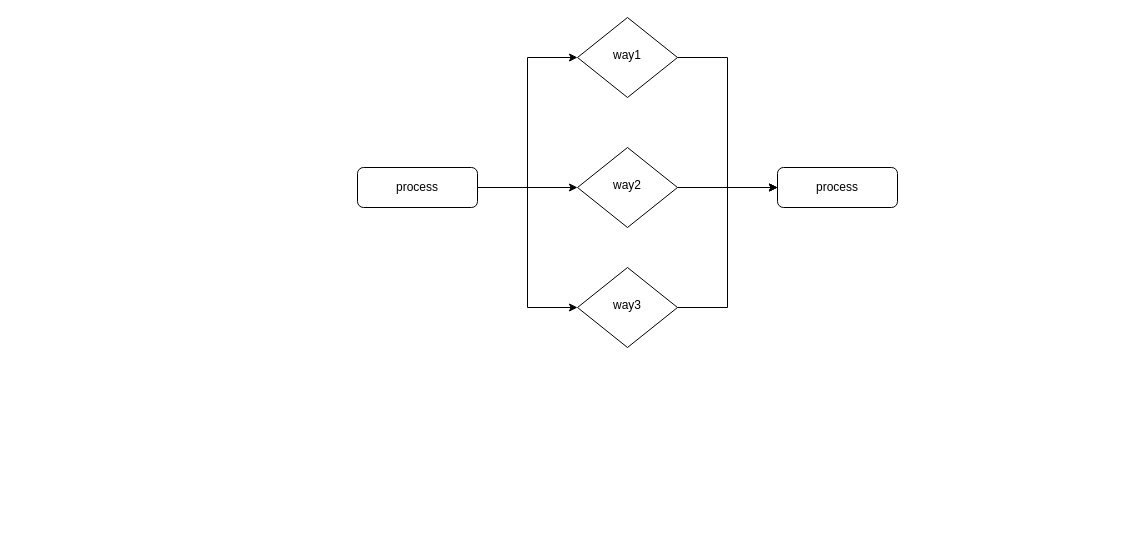
The draw.io diagram assets/img/design/strategy/strategy.drawio in kidsmile97/kidsmile97.github.io, before the edit. Source tidied: cells renumbered, new cells numbered last; positions are measured from the earlier drawing's top-left corner, leaving out a move shared by most shapes. Both pictures are drawn from the tidied source at 100%, with x=0, y=0 at pixel (357, 17).
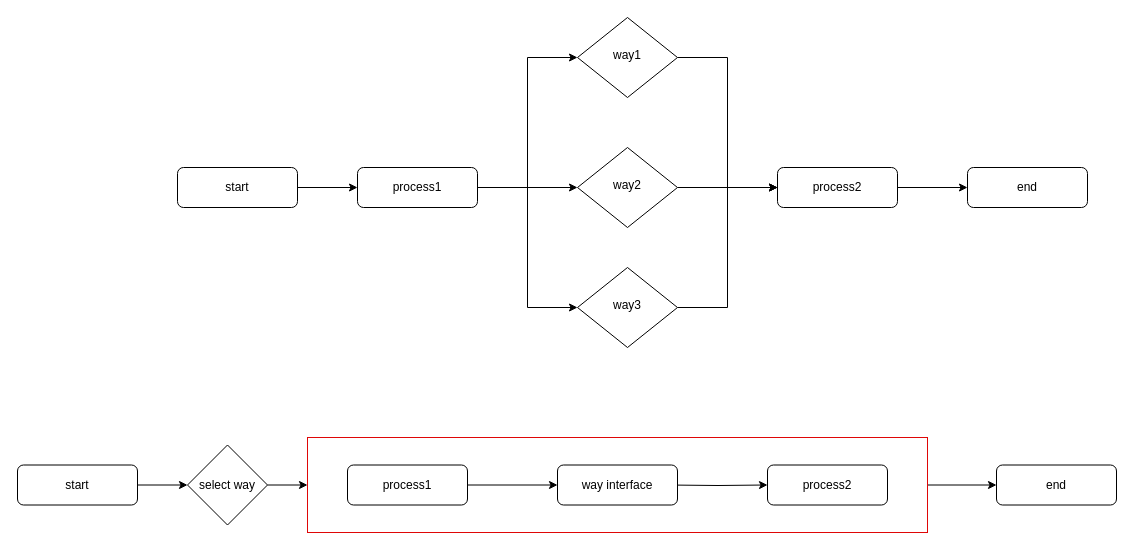
The same diagram, later.

What changed in the source:
```diff
@@
-    <mxCell id="5" value="process" style="rounded=1;whiteSpace=wrap;html=1;fontSize=12;glass=0;strokeWidth=1;shadow=0;" parent="1" vertex="1">
+    <mxCell id="5" value="process1" style="rounded=1;whiteSpace=wrap;html=1;fontSize=12;glass=0;strokeWidth=1;shadow=0;" parent="1" vertex="1">
       <mxGeometry y="150" width="120" height="40" as="geometry" />
     </mxCell>
@@
+    <mxCell id="13" style="edgeStyle=orthogonalEdgeStyle;rounded=0;jettySize=auto;html=1;exitX=1;exitY=0.5;exitDx=0;exitDy=0;" parent="1" edge="1" source="10" target="16">
+      <mxGeometry relative="1" as="geometry" />
+    </mxCell>
-    <mxCell id="10" value="process" style="rounded=1;whiteSpace=wrap;html=1;fontSize=12;glass=0;strokeWidth=1;shadow=0;" parent="1" vertex="1">
+    <mxCell id="10" value="process2" style="rounded=1;whiteSpace=wrap;html=1;fontSize=12;glass=0;strokeWidth=1;shadow=0;" parent="1" vertex="1">
       <mxGeometry x="420" y="150" width="120" height="40" as="geometry" />
     </mxCell>
@@
+    <mxCell id="14" style="edgeStyle=orthogonalEdgeStyle;rounded=0;jettySize=auto;html=1;exitX=1;exitY=0.5;exitDx=0;exitDy=0;" parent="1" edge="1" source="15" target="5">
+      <mxGeometry relative="1" as="geometry" />
+    </mxCell>
+    <mxCell id="15" value="start" style="rounded=1;whiteSpace=wrap;html=1;" parent="1" vertex="1">
+      <mxGeometry x="-180" y="150" width="120" height="40" as="geometry" />
+    </mxCell>
+    <mxCell id="16" value="end" style="rounded=1;whiteSpace=wrap;html=1;" parent="1" vertex="1">
+      <mxGeometry x="610" y="150" width="120" height="40" as="geometry" />
+    </mxCell>
+    <mxCell id="17" style="edgeStyle=orthogonalEdgeStyle;rounded=0;jettySize=auto;html=1;exitX=1;exitY=0.5;exitDx=0;exitDy=0;entryX=0;entryY=0.5;entryDx=0;entryDy=0;" parent="1" edge="1" source="18" target="20">
+      <mxGeometry relative="1" as="geometry" />
+    </mxCell>
+    <mxCell id="18" value="start" style="rounded=1;whiteSpace=wrap;html=1;" parent="1" vertex="1">
+      <mxGeometry x="-340" y="447.5" width="120" height="40" as="geometry" />
+    </mxCell>
+    <mxCell id="19" style="edgeStyle=orthogonalEdgeStyle;rounded=0;jettySize=auto;html=1;entryX=0;entryY=0.5;entryDx=0;entryDy=0;" parent="1" edge="1" source="20" target="22">
+      <mxGeometry relative="1" as="geometry" />
+    </mxCell>
+    <mxCell id="20" value="select way" style="rhombus;whiteSpace=wrap;html=1;" parent="1" vertex="1">
+      <mxGeometry x="-170" y="427.5" width="80" height="80" as="geometry" />
+    </mxCell>
+    <mxCell id="21" style="edgeStyle=orthogonalEdgeStyle;rounded=0;jettySize=auto;html=1;exitX=1;exitY=0.5;exitDx=0;exitDy=0;entryX=0;entryY=0.5;entryDx=0;entryDy=0;" parent="1" edge="1" source="22" target="28">
+      <mxGeometry relative="1" as="geometry" />
+    </mxCell>
+    <mxCell id="22" style="whiteSpace=wrap;html=1;strokeColor=light-dark(#df0707, #ededed);" parent="1" vertex="1">
+      <mxGeometry x="-50" y="420" width="620" height="95" as="geometry" />
+    </mxCell>
+    <mxCell id="23" style="edgeStyle=orthogonalEdgeStyle;rounded=0;jettySize=auto;html=1;exitX=1;exitY=0.5;exitDx=0;exitDy=0;entryX=0;entryY=0.5;entryDx=0;entryDy=0;" parent="1" edge="1" source="24" target="27">
+      <mxGeometry relative="1" as="geometry" />
+    </mxCell>
+    <mxCell id="24" value="process1" style="rounded=1;whiteSpace=wrap;html=1;fontSize=12;glass=0;strokeWidth=1;shadow=0;" parent="1" vertex="1">
+      <mxGeometry x="-10" y="447.5" width="120" height="40" as="geometry" />
+    </mxCell>
+    <mxCell id="25" style="edgeStyle=orthogonalEdgeStyle;rounded=0;jettySize=auto;html=1;exitX=1;exitY=0.5;exitDx=0;exitDy=0;entryX=0;entryY=0.5;entryDx=0;entryDy=0;" parent="1" edge="1" target="26">
+      <mxGeometry relative="1" as="geometry">
+        <mxPoint x="310" y="467.5" as="sourcePoint" />
+      </mxGeometry>
+    </mxCell>
+    <mxCell id="26" value="process2" style="rounded=1;whiteSpace=wrap;html=1;fontSize=12;glass=0;strokeWidth=1;shadow=0;" parent="1" vertex="1">
+      <mxGeometry x="410" y="447.5" width="120" height="40" as="geometry" />
+    </mxCell>
+    <mxCell id="27" value="way interface" style="rounded=1;whiteSpace=wrap;html=1;" parent="1" vertex="1">
+      <mxGeometry x="200" y="447.5" width="120" height="40" as="geometry" />
+    </mxCell>
+    <mxCell id="28" value="end" style="rounded=1;whiteSpace=wrap;html=1;" parent="1" vertex="1">
+      <mxGeometry x="639" y="447.5" width="120" height="40" as="geometry" />
+    </mxCell>
```
